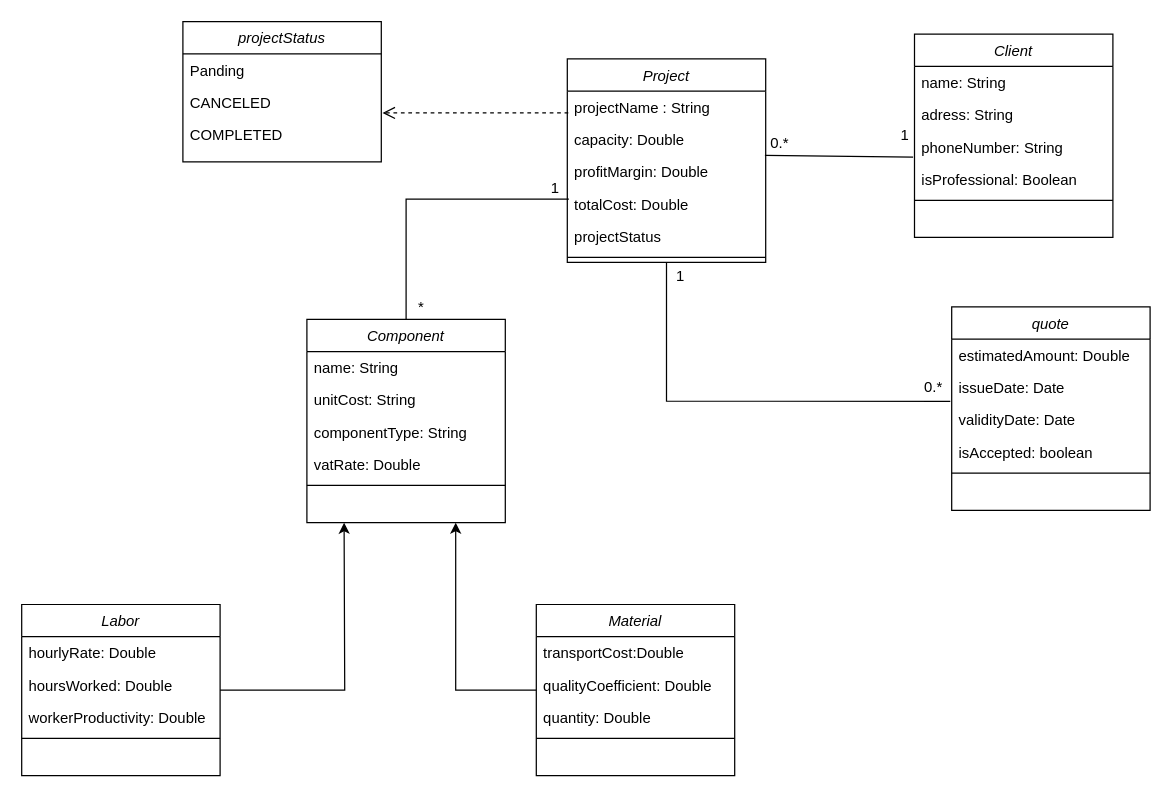
Before: diagramme/Bati Cuisine.drawio in NabilElHakimi/Bati-Cuisine, a draw.io diagram. Source tidied: cells renumbered, new cells numbered last; positions are measured from the earlier drawing's top-left corner, leaving out a move shared by most shapes. Both pictures are drawn from the tidied source at 124%, with x=0, y=0 at pixel (21, 21).
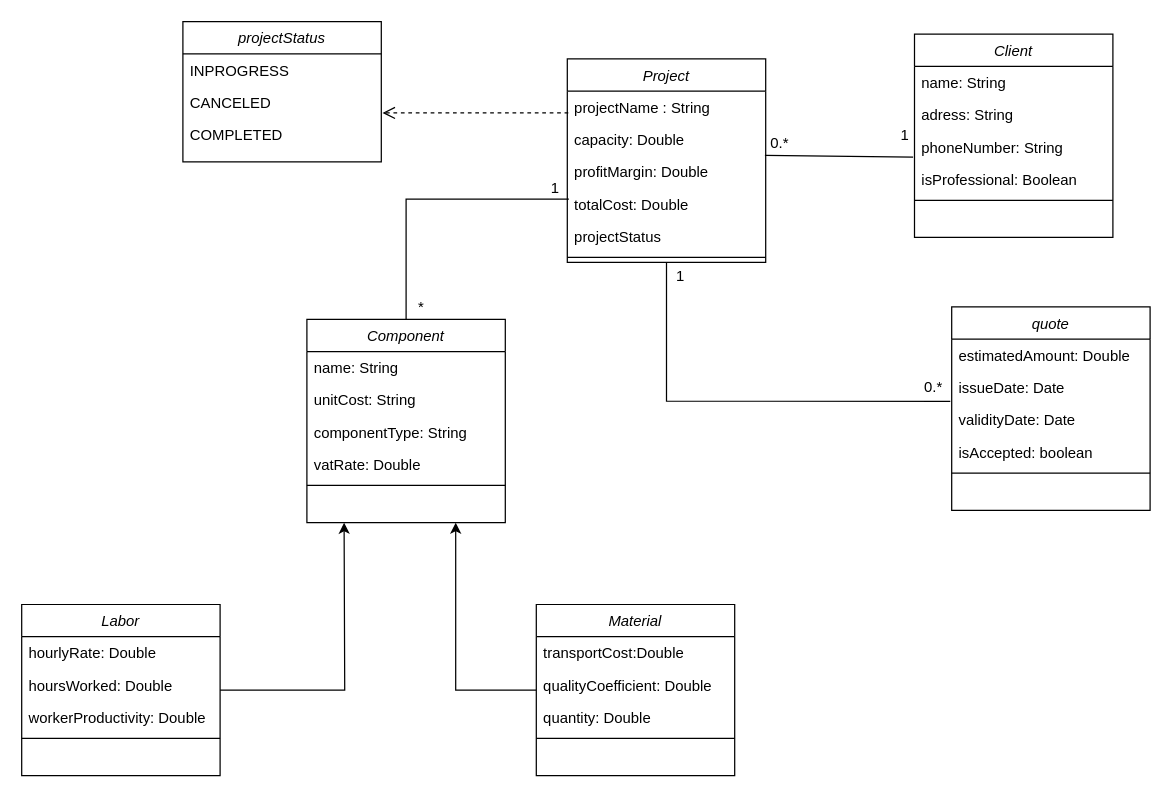
The same page after the edit.

Commit message:
add Client view

The change refers to these unchanged cells:
```xml
<mxCell id="48" value="projectStatus" style="swimlane;fontStyle=2;align=center;verticalAlign=top;horizontal=1;startSize=26;rounded=0;shadow=0;strokeWidth=1;" parent="1" vertex="1">
  <mxGeometry x="130" width="160" height="113" as="geometry" />
</mxCell>
```

The edit, as a diff of the source:
```diff
@@
-    <mxCell id="49" value="Panding" style="text;align=left;verticalAlign=top;spacingLeft=4;spacingRight=4;overflow=hidden;" parent="48" vertex="1">
+    <mxCell id="49" value="INPROGRESS" style="text;align=left;verticalAlign=top;spacingLeft=4;spacingRight=4;overflow=hidden;" parent="48" vertex="1">
       <mxGeometry y="26" width="160" height="26" as="geometry" />
     </mxCell>
```
